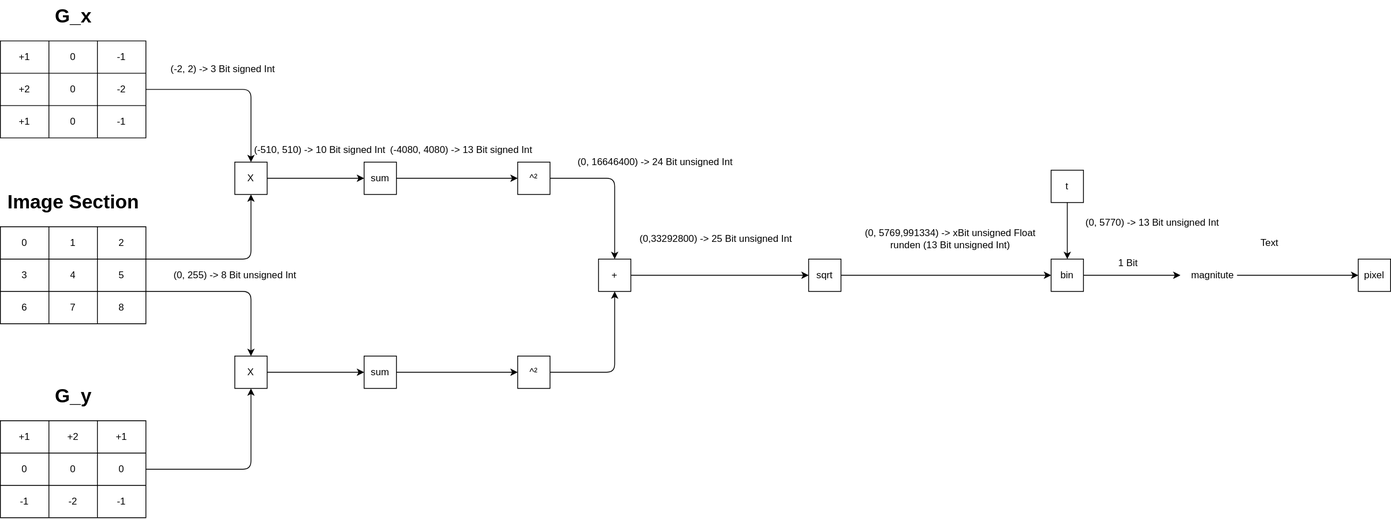
Earlier version of the draw.io export vivado/sobel.drawio.svg (davdav79/Hardware-accelerated-edge-dectection-on-ZedBoard). Source tidied: cells renumbered, new cells last; positions are measured from the earlier drawing's top-left corner, leaving out a move shared by most shapes.
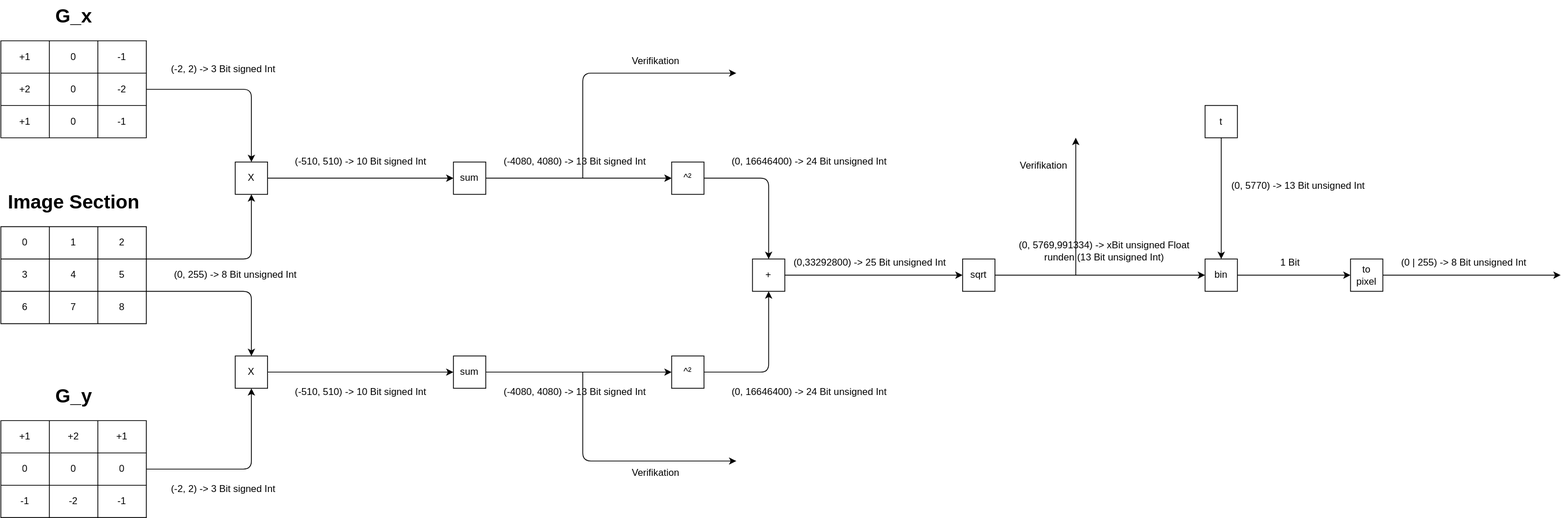
After the change.

Commit message:
adjusted diagram

Change to the diagram source:
```diff
@@ -90,7 +90,7 @@
       <mxGeometry relative="1" as="geometry" />
     </mxCell>
     <mxCell id="31" value="t" style="whiteSpace=wrap;html=1;" parent="1" vertex="1">
-      <mxGeometry x="1300" y="210" width="40" height="40" as="geometry" />
+      <mxGeometry x="1490" y="130" width="40" height="40" as="geometry" />
     </mxCell>
     <mxCell id="32" style="shape=table;html=1;whiteSpace=wrap;startSize=0;" parent="1" vertex="1">
       <mxGeometry y="280" width="180" height="120" as="geometry" />
@@ -181,65 +181,57 @@
       <mxGeometry relative="1" as="geometry" />
     </mxCell>
     <mxCell id="55" value="sum" style="whiteSpace=wrap;html=1;" parent="1" vertex="1">
-      <mxGeometry x="450" y="200" width="40" height="40" as="geometry" />
+      <mxGeometry x="560" y="200" width="40" height="40" as="geometry" />
     </mxCell>
     <mxCell id="56" style="edgeStyle=none;html=1;exitX=1;exitY=0.5;exitDx=0;exitDy=0;entryX=0;entryY=0.5;entryDx=0;entryDy=0;" parent="1" edge="1" source="57" target="61">
       <mxGeometry relative="1" as="geometry" />
     </mxCell>
     <mxCell id="57" value="sum" style="whiteSpace=wrap;html=1;" parent="1" vertex="1">
-      <mxGeometry x="450" y="440" width="40" height="40" as="geometry" />
+      <mxGeometry x="560" y="440" width="40" height="40" as="geometry" />
     </mxCell>
     <mxCell id="58" style="edgeStyle=none;html=1;entryX=0.5;entryY=0;entryDx=0;entryDy=0;" parent="1" edge="1" source="59" target="65">
       <mxGeometry relative="1" as="geometry">
         <Array as="points">
-          <mxPoint x="760" y="220" />
+          <mxPoint x="950" y="220" />
         </Array>
       </mxGeometry>
     </mxCell>
     <mxCell id="59" value="^²" style="whiteSpace=wrap;html=1;" parent="1" vertex="1">
-      <mxGeometry x="640" y="200" width="40" height="40" as="geometry" />
+      <mxGeometry x="830" y="200" width="40" height="40" as="geometry" />
     </mxCell>
     <mxCell id="60" style="edgeStyle=none;html=1;entryX=0.5;entryY=1;entryDx=0;entryDy=0;" parent="1" edge="1" source="61" target="65">
       <mxGeometry relative="1" as="geometry">
         <Array as="points">
-          <mxPoint x="760" y="460" />
+          <mxPoint x="950" y="460" />
         </Array>
       </mxGeometry>
     </mxCell>
     <mxCell id="61" value="^²" style="whiteSpace=wrap;html=1;" parent="1" vertex="1">
-      <mxGeometry x="640" y="440" width="40" height="40" as="geometry" />
+      <mxGeometry x="830" y="440" width="40" height="40" as="geometry" />
     </mxCell>
     <mxCell id="62" style="edgeStyle=none;html=1;" parent="1" edge="1" source="63" target="66">
       <mxGeometry relative="1" as="geometry" />
     </mxCell>
     <mxCell id="63" value="sqrt" style="whiteSpace=wrap;html=1;" parent="1" vertex="1">
-      <mxGeometry x="1000" y="320" width="40" height="40" as="geometry" />
+      <mxGeometry x="1190" y="320" width="40" height="40" as="geometry" />
     </mxCell>
     <mxCell id="64" style="edgeStyle=none;html=1;entryX=0;entryY=0.5;entryDx=0;entryDy=0;" parent="1" edge="1" source="65" target="63">
       <mxGeometry relative="1" as="geometry" />
     </mxCell>
     <mxCell id="65" value="+" style="whiteSpace=wrap;html=1;" parent="1" vertex="1">
-      <mxGeometry x="740" y="320" width="40" height="40" as="geometry" />
+      <mxGeometry x="930" y="320" width="40" height="40" as="geometry" />
     </mxCell>
     <mxCell id="66" value="bin" style="whiteSpace=wrap;html=1;" parent="1" vertex="1">
-      <mxGeometry x="1300" y="320" width="40" height="40" as="geometry" />
+      <mxGeometry x="1490" y="320" width="40" height="40" as="geometry" />
     </mxCell>
-    <mxCell id="67" style="endArrow=classic;html=1;exitX=1;exitY=0.5;exitDx=0;exitDy=0;" parent="1" edge="1" source="66">
-      <mxGeometry relative="1" as="geometry">
-        <mxPoint x="1460" y="340" as="targetPoint" />
-      </mxGeometry>
+    <mxCell id="67" style="endArrow=classic;html=1;exitX=1;exitY=0.5;exitDx=0;exitDy=0;entryX=0;entryY=0.5;entryDx=0;entryDy=0;" parent="1" edge="1" source="66" target="79">
+      <mxGeometry relative="1" as="geometry" />
     </mxCell>
-    <mxCell id="68" style="edgeStyle=none;html=1;" parent="1" edge="1" source="69" target="79">
-      <mxGeometry relative="1" as="geometry" />
-    </mxCell>
-    <mxCell id="69" value="magnitute" style="text;html=1;strokeColor=none;fillColor=none;align=center;verticalAlign=middle;whiteSpace=wrap;rounded=0;" parent="1" vertex="1">
-      <mxGeometry x="1470" y="325" width="60" height="30" as="geometry" />
-    </mxCell>
     <mxCell id="70" value="(-510, 510) -&amp;gt; 10 Bit signed Int" style="text;html=1;align=center;verticalAlign=middle;strokeColor=none;fillColor=none;" parent="1" vertex="1">
-      <mxGeometry x="300" y="170" width="190" height="30" as="geometry" />
+      <mxGeometry x="350" y="185" width="190" height="30" as="geometry" />
     </mxCell>
     <mxCell id="71" value="(-4080, 4080) -&amp;gt; 13 Bit signed Int" style="text;html=1;align=center;verticalAlign=middle;strokeColor=none;fillColor=none;" parent="1" vertex="1">
-      <mxGeometry x="470" y="170" width="200" height="30" as="geometry" />
+      <mxGeometry x="610" y="185" width="200" height="30" as="geometry" />
     </mxCell>
     <mxCell id="72" value="(-2, 2) -&amp;gt; 3 Bit signed Int" style="text;html=1;align=center;verticalAlign=middle;strokeColor=none;fillColor=none;" parent="1" vertex="1">
       <mxGeometry x="200" y="70" width="150" height="30" as="geometry" />
@@ -248,25 +240,75 @@
       <mxGeometry x="200" y="325" width="180" height="30" as="geometry" />
     </mxCell>
     <mxCell id="74" value="(0, 16646400) -&amp;gt; 24 Bit unsigned Int" style="text;html=1;align=center;verticalAlign=middle;strokeColor=none;fillColor=none;" parent="1" vertex="1">
-      <mxGeometry x="700" y="185" width="220" height="30" as="geometry" />
+      <mxGeometry x="890" y="185" width="220" height="30" as="geometry" />
     </mxCell>
     <mxCell id="75" value="(0,33292800) -&amp;gt; 25 Bit unsigned Int" style="text;html=1;align=center;verticalAlign=middle;strokeColor=none;fillColor=none;" parent="1" vertex="1">
-      <mxGeometry x="780" y="280" width="210" height="30" as="geometry" />
+      <mxGeometry x="970" y="310" width="210" height="30" as="geometry" />
     </mxCell>
     <mxCell id="76" value="1 Bit" style="text;html=1;align=center;verticalAlign=middle;strokeColor=none;fillColor=none;" parent="1" vertex="1">
-      <mxGeometry x="1370" y="310" width="50" height="30" as="geometry" />
+      <mxGeometry x="1570" y="310" width="50" height="30" as="geometry" />
     </mxCell>
     <mxCell id="77" value="(0, 5769,991334) -&amp;gt; xBit unsigned Float&lt;br&gt;runden (13 Bit unsigned Int)" style="text;html=1;align=center;verticalAlign=middle;strokeColor=none;fillColor=none;" parent="1" vertex="1">
-      <mxGeometry x="1060" y="275" width="230" height="40" as="geometry" />
+      <mxGeometry x="1250" y="290" width="230" height="40" as="geometry" />
     </mxCell>
     <mxCell id="78" value="(0, 5770) -&amp;gt; 13 Bit unsigned Int" style="text;html=1;align=center;verticalAlign=middle;strokeColor=none;fillColor=none;" parent="1" vertex="1">
-      <mxGeometry x="1330" y="260" width="190" height="30" as="geometry" />
+      <mxGeometry x="1510" y="215" width="190" height="30" as="geometry" />
     </mxCell>
+    <mxCell id="81" style="edgeStyle=none;html=1;exitX=1;exitY=0.5;exitDx=0;exitDy=0;" parent="1" edge="1" source="79">
+      <mxGeometry relative="1" as="geometry">
+        <mxPoint x="1930" y="340" as="targetPoint" />
+      </mxGeometry>
+    </mxCell>
-    <mxCell id="79" value="pixel" style="whiteSpace=wrap;html=1;" parent="1" vertex="1">
-      <mxGeometry x="1680" y="320" width="40" height="40" as="geometry" />
+    <mxCell id="79" value="to pixel" style="whiteSpace=wrap;html=1;" parent="1" vertex="1">
+      <mxGeometry x="1670" y="320" width="40" height="40" as="geometry" />
     </mxCell>
-    <mxCell id="80" value="Text" style="text;html=1;align=center;verticalAlign=middle;strokeColor=none;fillColor=none;" parent="1" vertex="1">
-      <mxGeometry x="1545" y="285" width="50" height="30" as="geometry" />
-    </mxCell>
+    <mxCell id="82" style="endArrow=classic;html=1;" parent="1" edge="1">
+      <mxGeometry relative="1" as="geometry">
+        <mxPoint x="720" y="220" as="sourcePoint" />
+        <mxPoint x="910" y="90" as="targetPoint" />
+        <Array as="points">
+          <mxPoint x="720" y="90" />
+        </Array>
+      </mxGeometry>
+    </mxCell>
+    <mxCell id="83" style="endArrow=classic;html=1;" parent="1" edge="1">
+      <mxGeometry relative="1" as="geometry">
+        <mxPoint x="720" y="460" as="sourcePoint" />
+        <mxPoint x="910" y="570" as="targetPoint" />
+        <Array as="points">
+          <mxPoint x="720" y="570" />
+        </Array>
+      </mxGeometry>
+    </mxCell>
+    <mxCell id="84" style="endArrow=classic;html=1;" parent="1" edge="1">
+      <mxGeometry relative="1" as="geometry">
+        <mxPoint x="1330" y="340" as="sourcePoint" />
+        <mxPoint x="1330" y="170" as="targetPoint" />
+      </mxGeometry>
+    </mxCell>
+    <mxCell id="85" value="Verifikation" style="text;html=1;align=center;verticalAlign=middle;strokeColor=none;fillColor=none;" parent="1" vertex="1">
+      <mxGeometry x="770" y="60" width="80" height="30" as="geometry" />
+    </mxCell>
+    <mxCell id="86" value="Verifikation" style="text;html=1;align=center;verticalAlign=middle;strokeColor=none;fillColor=none;" parent="1" vertex="1">
+      <mxGeometry x="1250" y="190" width="80" height="30" as="geometry" />
+    </mxCell>
+    <mxCell id="87" value="(-2, 2) -&amp;gt; 3 Bit signed Int" style="text;html=1;align=center;verticalAlign=middle;strokeColor=none;fillColor=none;" parent="1" vertex="1">
+      <mxGeometry x="200" y="590" width="150" height="30" as="geometry" />
+    </mxCell>
+    <mxCell id="88" value="(-510, 510) -&amp;gt; 10 Bit signed Int" style="text;html=1;align=center;verticalAlign=middle;strokeColor=none;fillColor=none;" parent="1" vertex="1">
+      <mxGeometry x="350" y="470" width="190" height="30" as="geometry" />
+    </mxCell>
+    <mxCell id="89" value="(-4080, 4080) -&amp;gt; 13 Bit signed Int" style="text;html=1;align=center;verticalAlign=middle;strokeColor=none;fillColor=none;" parent="1" vertex="1">
+      <mxGeometry x="610" y="470" width="200" height="30" as="geometry" />
+    </mxCell>
+    <mxCell id="90" value="Verifikation" style="text;html=1;align=center;verticalAlign=middle;strokeColor=none;fillColor=none;" parent="1" vertex="1">
+      <mxGeometry x="770" y="570" width="80" height="30" as="geometry" />
+    </mxCell>
+    <mxCell id="91" value="(0, 16646400) -&amp;gt; 24 Bit unsigned Int" style="text;html=1;align=center;verticalAlign=middle;strokeColor=none;fillColor=none;" parent="1" vertex="1">
+      <mxGeometry x="890" y="470" width="220" height="30" as="geometry" />
+    </mxCell>
+    <mxCell id="92" value="(0 | 255) -&amp;gt; 8 Bit unsigned Int" style="text;html=1;align=center;verticalAlign=middle;strokeColor=none;fillColor=none;" parent="1" vertex="1">
+      <mxGeometry x="1720" y="310" width="180" height="30" as="geometry" />
+    </mxCell>
   </root>
 </mxGraphModel>
```
